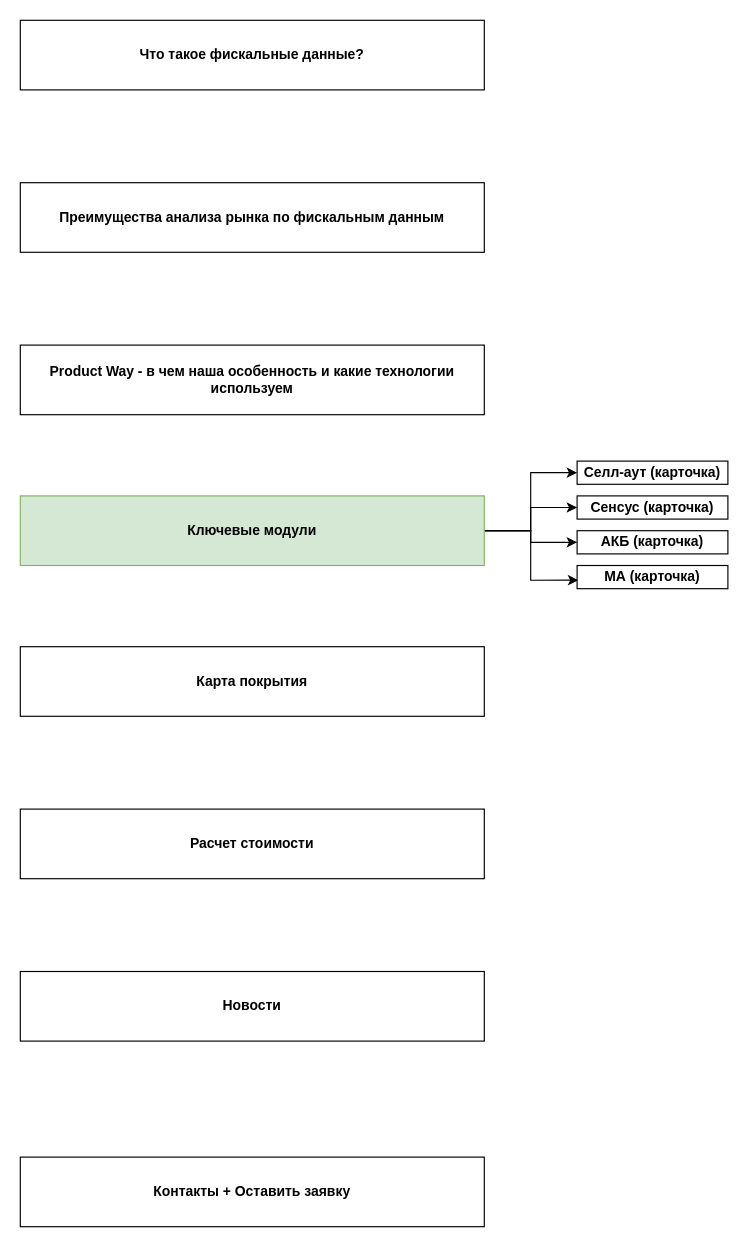
This is productway.drawio from AleksandraTsygantsova/GB, a draw.io file, before an edit. Source tidied: cells renumbered, new cells numbered last; positions are measured from the earlier drawing's top-left corner, leaving out a move shared by most shapes. Both pictures are drawn from the tidied source at 116%, with x=0, y=0 at pixel (20, 20).
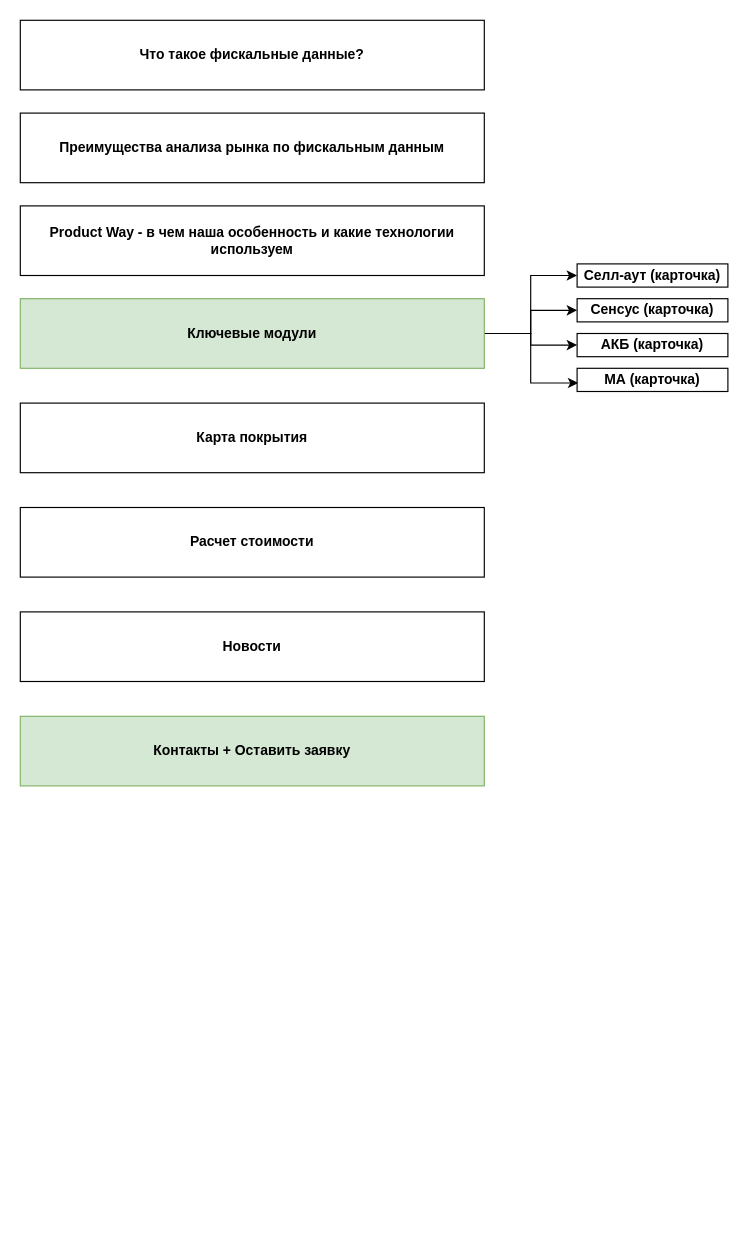
The same diagram, later.

Diff of the diagram source:
```diff
@@
 <mxGraphModel>
   <root>
     <mxCell id="0" />
     <mxCell id="1" parent="0" />
     <mxCell id="2" value="&lt;b&gt;Что такое фискальные данные?&lt;br&gt;&lt;/b&gt;" style="rounded=0;whiteSpace=wrap;html=1;" parent="1" vertex="1">
       <mxGeometry width="400" height="60" as="geometry" />
     </mxCell>
     <mxCell id="3" value="Преимущества анализа рынка по фискальным данным" style="rounded=0;whiteSpace=wrap;html=1;fontStyle=1;" parent="1" vertex="1">
-      <mxGeometry y="140" width="400" height="60" as="geometry" />
+      <mxGeometry y="80" width="400" height="60" as="geometry" />
     </mxCell>
     <mxCell id="4" value="Product Way - в чем наша особенность и какие технологии используем" style="rounded=0;whiteSpace=wrap;html=1;fontStyle=1;" parent="1" vertex="1">
-      <mxGeometry y="280" width="400" height="60" as="geometry" />
+      <mxGeometry y="160" width="400" height="60" as="geometry" />
     </mxCell>
     <mxCell id="5" style="edgeStyle=orthogonalEdgeStyle;rounded=0;jettySize=auto;html=1;exitX=1;exitY=0.5;exitDx=0;exitDy=0;entryX=0;entryY=0.5;entryDx=0;entryDy=0;" parent="1" edge="1" source="9" target="16">
       <mxGeometry relative="1" as="geometry" />
     </mxCell>
     <mxCell id="6" style="edgeStyle=orthogonalEdgeStyle;rounded=0;jettySize=auto;html=1;exitX=1;exitY=0.5;exitDx=0;exitDy=0;entryX=0;entryY=0.5;entryDx=0;entryDy=0;" parent="1" edge="1" source="9" target="14">
       <mxGeometry relative="1" as="geometry" />
     </mxCell>
     <mxCell id="7" style="edgeStyle=orthogonalEdgeStyle;rounded=0;jettySize=auto;html=1;exitX=1;exitY=0.5;exitDx=0;exitDy=0;entryX=0;entryY=0.5;entryDx=0;entryDy=0;" parent="1" edge="1" source="9" target="15">
       <mxGeometry relative="1" as="geometry" />
     </mxCell>
     <mxCell id="8" style="edgeStyle=orthogonalEdgeStyle;rounded=0;jettySize=auto;html=1;exitX=1;exitY=0.5;exitDx=0;exitDy=0;entryX=0.008;entryY=0.633;entryDx=0;entryDy=0;entryPerimeter=0;" parent="1" edge="1" source="9" target="17">
       <mxGeometry relative="1" as="geometry" />
     </mxCell>
     <mxCell id="9" value="Ключевые модули" style="rounded=0;whiteSpace=wrap;html=1;fontStyle=1;fillColor=#d5e8d4;strokeColor=#82b366;" parent="1" vertex="1">
-      <mxGeometry y="410" width="400" height="60" as="geometry" />
+      <mxGeometry y="240" width="400" height="60" as="geometry" />
     </mxCell>
     <mxCell id="10" value="Карта покрытия" style="rounded=0;whiteSpace=wrap;html=1;fontStyle=1;" parent="1" vertex="1">
-      <mxGeometry y="540" width="400" height="60" as="geometry" />
+      <mxGeometry y="330" width="400" height="60" as="geometry" />
     </mxCell>
     <mxCell id="11" value="Расчет стоимости" style="rounded=0;whiteSpace=wrap;html=1;fontStyle=1;" parent="1" vertex="1">
-      <mxGeometry y="680" width="400" height="60" as="geometry" />
+      <mxGeometry y="420" width="400" height="60" as="geometry" />
     </mxCell>
     <mxCell id="12" value="Новости" style="rounded=0;whiteSpace=wrap;html=1;fontStyle=1;" parent="1" vertex="1">
-      <mxGeometry y="820" width="400" height="60" as="geometry" />
+      <mxGeometry y="510" width="400" height="60" as="geometry" />
     </mxCell>
-    <mxCell id="13" value="Контакты + Оставить заявку" style="rounded=0;whiteSpace=wrap;html=1;fontStyle=1;" parent="1" vertex="1">
-      <mxGeometry y="980" width="400" height="60" as="geometry" />
+    <mxCell id="13" value="Контакты + Оставить заявку" style="rounded=0;whiteSpace=wrap;html=1;fontStyle=1;fillColor=#d5e8d4;strokeColor=#82b366;" parent="1" vertex="1">
+      <mxGeometry y="600" width="400" height="60" as="geometry" />
     </mxCell>
     <mxCell id="14" value="Сенсус (карточка)" style="rounded=0;whiteSpace=wrap;html=1;fontStyle=1;" parent="1" vertex="1">
-      <mxGeometry x="480" y="410" width="130" height="20" as="geometry" />
+      <mxGeometry x="480" y="240" width="130" height="20" as="geometry" />
     </mxCell>
     <mxCell id="15" value="АКБ (карточка)" style="rounded=0;whiteSpace=wrap;html=1;fontStyle=1;" parent="1" vertex="1">
-      <mxGeometry x="480" y="440" width="130" height="20" as="geometry" />
+      <mxGeometry x="480" y="270" width="130" height="20" as="geometry" />
     </mxCell>
     <mxCell id="16" value="Селл-аут (карточка)" style="rounded=0;whiteSpace=wrap;html=1;fontStyle=1;" parent="1" vertex="1">
-      <mxGeometry x="480" y="380" width="130" height="20" as="geometry" />
+      <mxGeometry x="480" y="210" width="130" height="20" as="geometry" />
     </mxCell>
     <mxCell id="17" value="МА (карточка)" style="rounded=0;whiteSpace=wrap;html=1;fontStyle=1;" parent="1" vertex="1">
-      <mxGeometry x="480" y="470" width="130" height="20" as="geometry" />
+      <mxGeometry x="480" y="300" width="130" height="20" as="geometry" />
     </mxCell>
   </root>
 </mxGraphModel>
```
